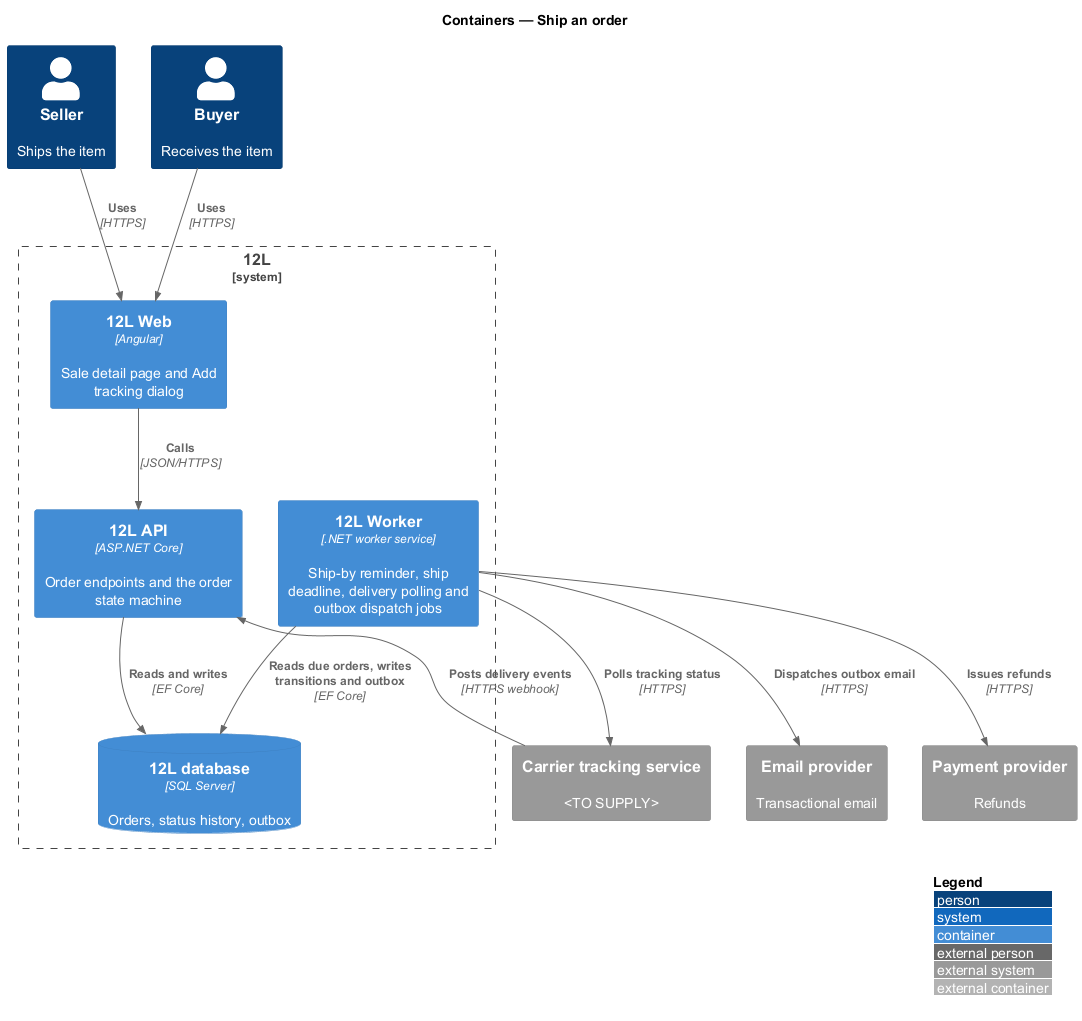
Earlier version of the PlantUML export docs/detailed-designs/orders/ship-order/diagrams/c4-container.png (QuinntyneBrown/12l).
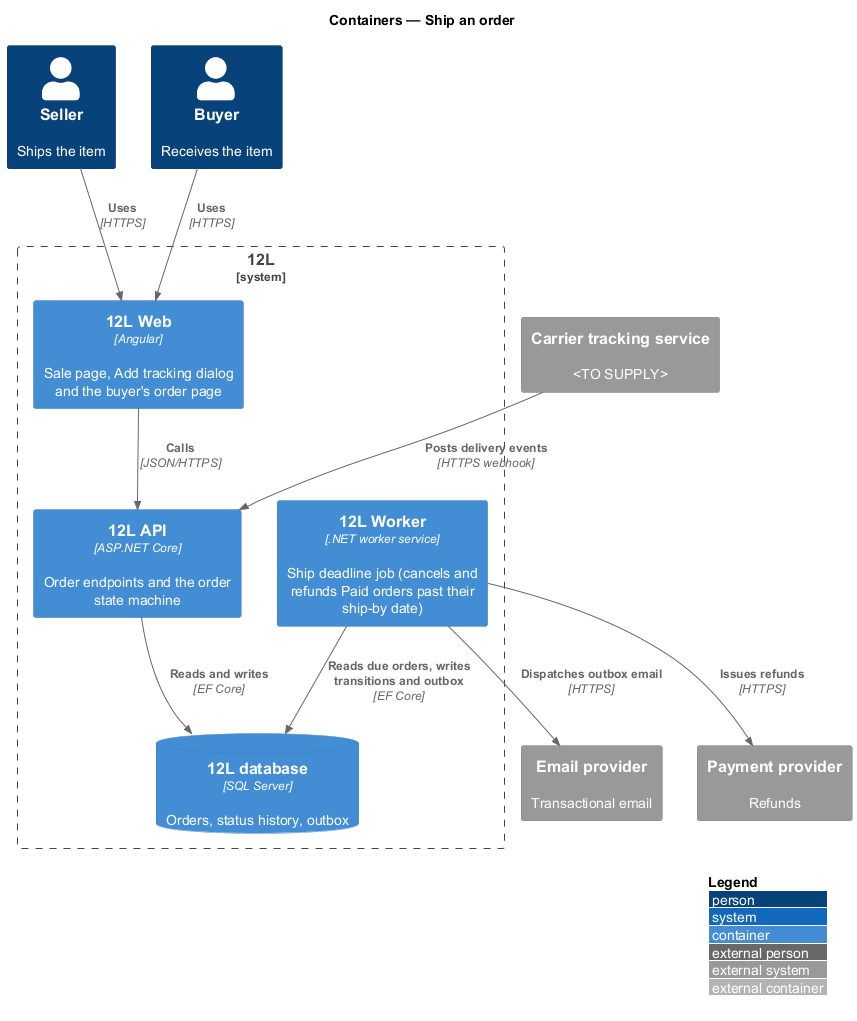
Above is the later version.

What changed in the source:
```diff
@@ -6,9 +6,9 @@
 Person(seller, "Seller", "Ships the item")
 Person(buyer, "Buyer", "Receives the item")
 System_Boundary(twelvel, "12L") {
-  Container(web, "12L Web", "Angular", "Sale detail page and Add tracking dialog")
+  Container(web, "12L Web", "Angular", "Sale page, Add tracking dialog and the buyer's order page")
   Container(api, "12L API", "ASP.NET Core", "Order endpoints and the order state machine")
-  Container(worker, "12L Worker", ".NET worker service", "Ship-by reminder, ship deadline, delivery polling and outbox dispatch jobs")
+  Container(worker, "12L Worker", ".NET worker service", "Ship deadline job (cancels and refunds Paid orders past their ship-by date)")
   ContainerDb(db, "12L database", "SQL Server", "Orders, status history, outbox")
 }
 System_Ext(email, "Email provider", "Transactional email")
@@ -22,6 +22,5 @@
 Rel(worker, db, "Reads due orders, writes transitions and outbox", "EF Core")
 Rel(worker, email, "Dispatches outbox email", "HTTPS")
 Rel(worker, pay, "Issues refunds", "HTTPS")
-Rel(worker, carrier, "Polls tracking status", "HTTPS")
 Rel(carrier, api, "Posts delivery events", "HTTPS webhook")
 @enduml
```
